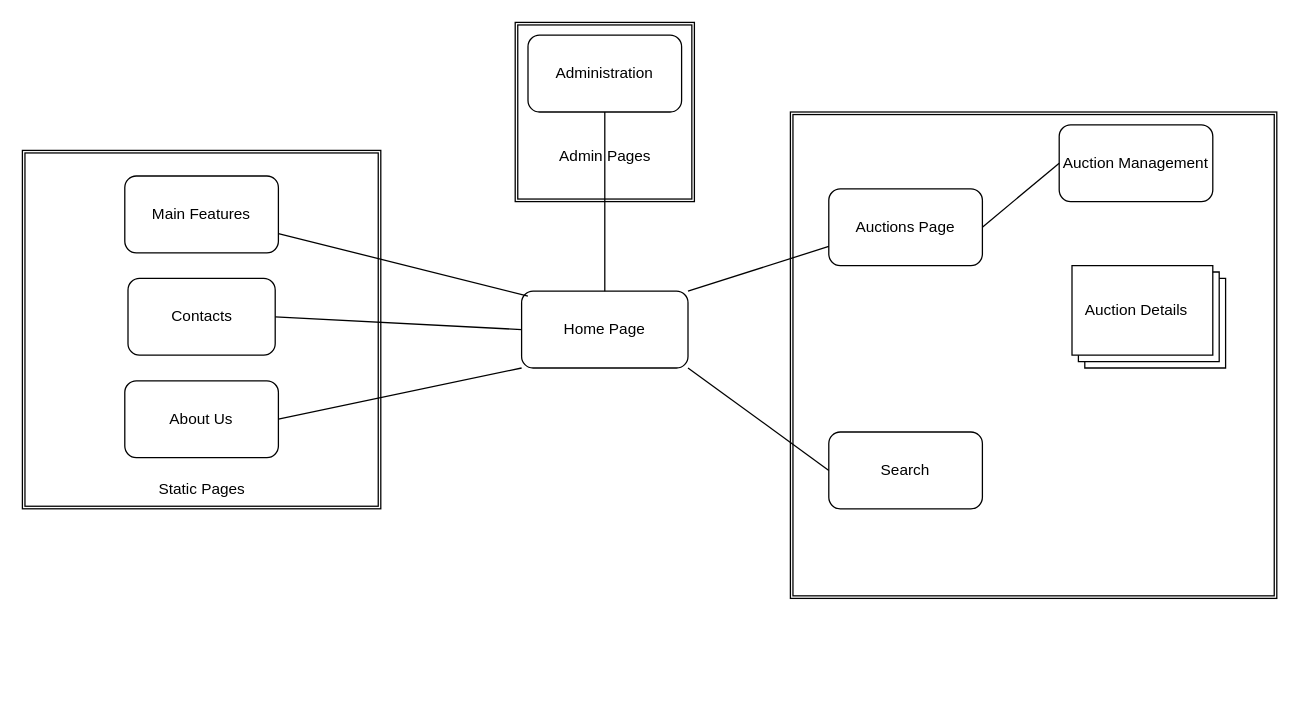
The draw.io diagram Diagrama sem nome.drawio in frutastontas/UML, before the edit. Source tidied: cells renumbered, new cells numbered last; positions are measured from the earlier drawing's top-left corner, leaving out a move shared by most shapes. Both pictures are drawn from the tidied source at 128%, with x=0, y=0 at pixel (22, 22).
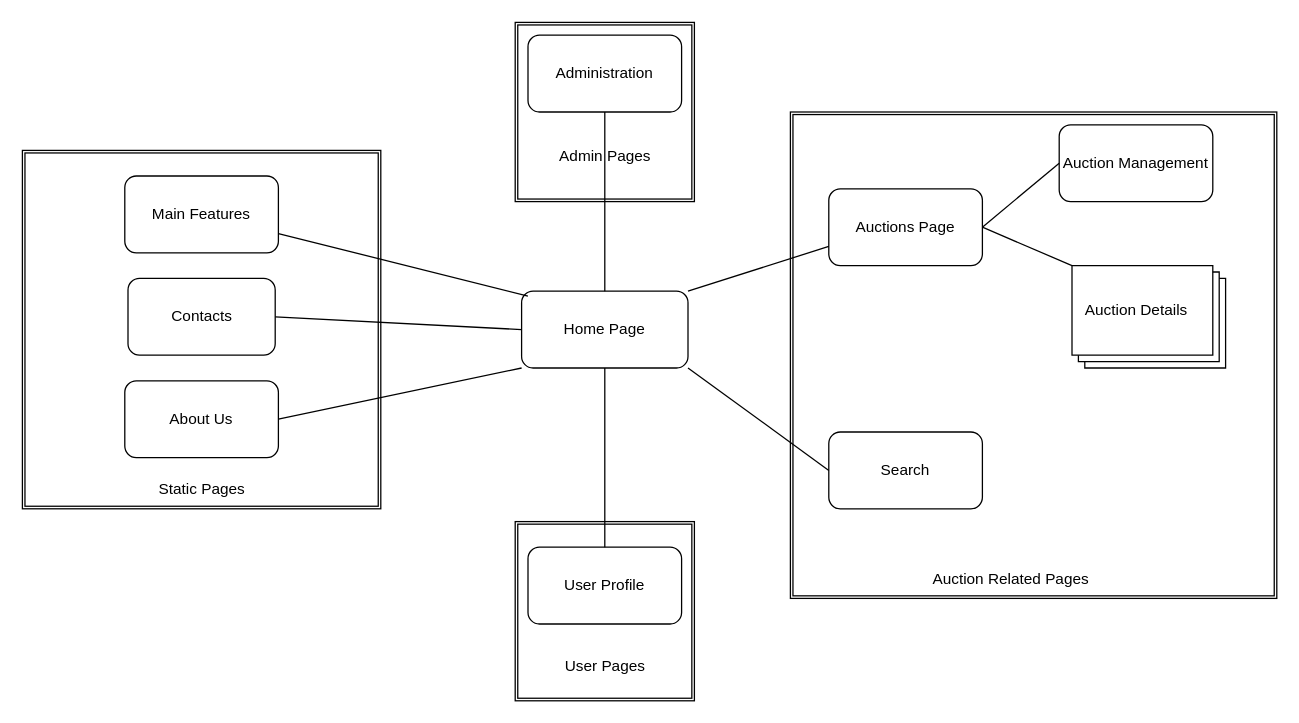
Above is the later version.

Unchanged cells that the change refers to:
```xml
<mxCell id="7" value="Home Page" style="rounded=1;whiteSpace=wrap;html=1;" parent="1" vertex="1">
  <mxGeometry x="390" y="210" width="130" height="60" as="geometry" />
</mxCell>
<mxCell id="17" value="Auctions Page" style="rounded=1;whiteSpace=wrap;html=1;" parent="1" vertex="1">
  <mxGeometry x="630" y="130" width="120" height="60" as="geometry" />
</mxCell>
<mxCell id="22" style="verticalLabelPosition=bottom;verticalAlign=top;html=1;shape=mxgraph.basic.layered_rect;dx=10;outlineConnect=0;whiteSpace=wrap;" parent="1" vertex="1">
  <mxGeometry x="820" y="190" width="120" height="80" as="geometry" />
</mxCell>
```

Diff of the diagram source:
```diff
@@
+    <mxCell id="24" style="shape=ext;double=1;whiteSpace=wrap;html=1;" parent="1" vertex="1">
+      <mxGeometry x="385" y="390" width="140" height="140" as="geometry" />
+    </mxCell>
+    <mxCell id="25" value="User Profile" style="rounded=1;whiteSpace=wrap;html=1;" parent="1" vertex="1">
+      <mxGeometry x="395" y="410" width="120" height="60" as="geometry" />
+    </mxCell>
+    <mxCell id="26" style="endArrow=none;html=1;rounded=0;exitX=0.5;exitY=0;exitDx=0;exitDy=0;entryX=0.5;entryY=1;entryDx=0;entryDy=0;" parent="1" edge="1" source="25" target="7">
+      <mxGeometry relative="1" as="geometry" />
+    </mxCell>
+    <mxCell id="27" value="User Pages" style="text;html=1;align=center;verticalAlign=middle;strokeColor=none;fillColor=none;" parent="1" vertex="1">
+      <mxGeometry x="410" y="488" width="90" height="30" as="geometry" />
+    </mxCell>
+    <mxCell id="28" value="Auction Related Pages" style="text;html=1;align=center;verticalAlign=middle;strokeColor=none;fillColor=none;" parent="1" vertex="1">
+      <mxGeometry x="697" y="420" width="150" height="30" as="geometry" />
+    </mxCell>
+    <mxCell id="29" style="endArrow=none;html=1;rounded=0;exitX=0;exitY=0;exitDx=0;exitDy=0;entryX=1;entryY=0.5;entryDx=0;entryDy=0;exitPerimeter=0;" parent="1" edge="1" source="22" target="17">
+      <mxGeometry relative="1" as="geometry" />
+    </mxCell>
```
